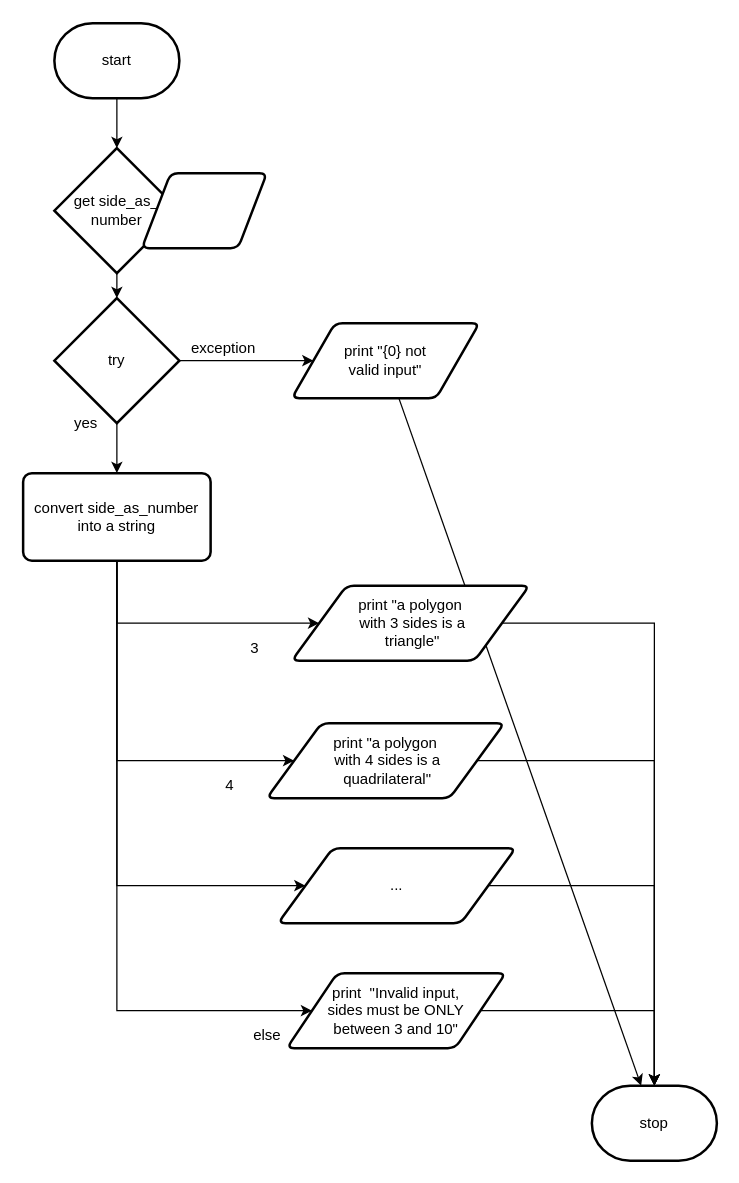
Earlier version of the draw.io diagram flowchart.drawio (venika-sem/ICS3U-Assignment4-Python). Source tidied: cells renumbered, new cells numbered last; positions are measured from the earlier drawing's top-left corner, leaving out a move shared by most shapes. Both pictures are drawn from the tidied source at 125%, with x=0, y=0 at pixel (22, 22).
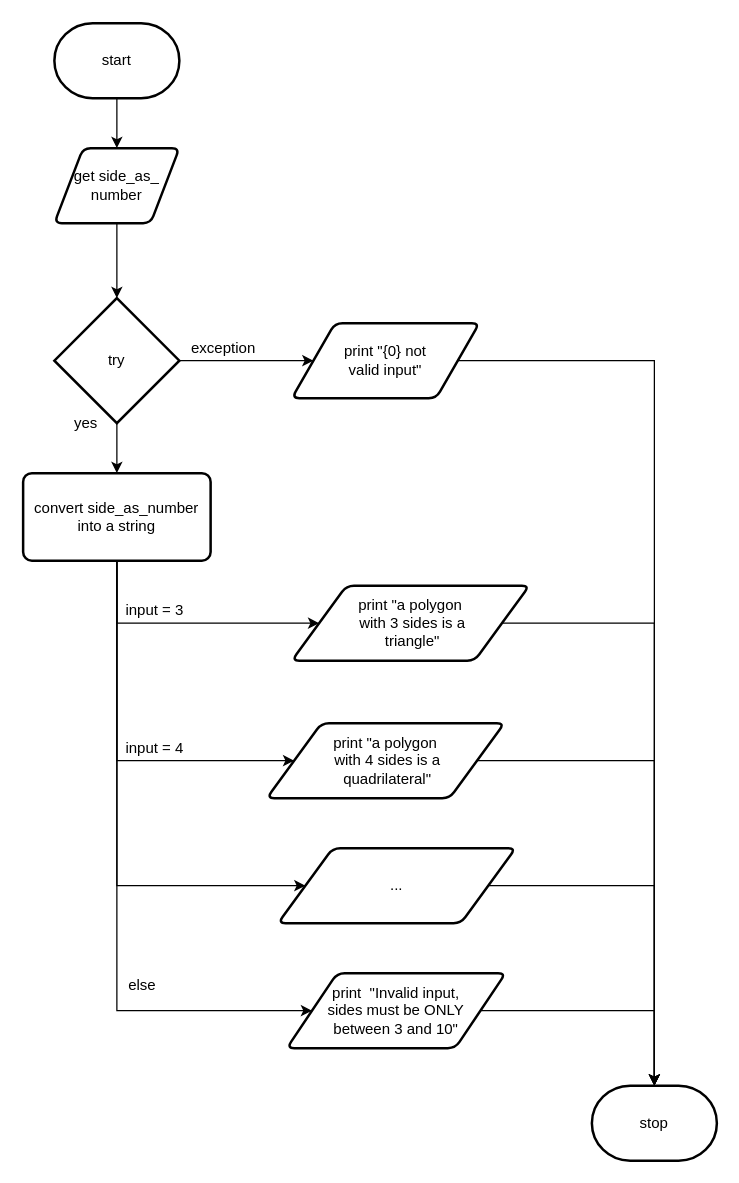
The same page after the edit.

The change refers to these unchanged cells:
```xml
<mxCell id="3" value="start" style="strokeWidth=2;html=1;shape=mxgraph.flowchart.terminator;whiteSpace=wrap;" parent="1" vertex="1">
  <mxGeometry x="25" width="100" height="60" as="geometry" />
</mxCell>
<mxCell id="13" value="try" style="strokeWidth=2;html=1;shape=mxgraph.flowchart.decision;whiteSpace=wrap;" parent="1" vertex="1">
  <mxGeometry x="25" y="220" width="100" height="100" as="geometry" />
</mxCell>
<mxCell id="15" value="print &quot;{0} not &lt;br&gt;valid input&quot;" style="shape=parallelogram;html=1;strokeWidth=2;perimeter=parallelogramPerimeter;whiteSpace=wrap;rounded=1;arcSize=12;size=0.23;" parent="1" vertex="1">
  <mxGeometry x="215" y="240" width="150" height="60" as="geometry" />
</mxCell>
<mxCell id="24" value="stop" style="strokeWidth=2;html=1;shape=mxgraph.flowchart.terminator;whiteSpace=wrap;" parent="1" vertex="1">
  <mxGeometry x="455" y="850" width="100" height="60" as="geometry" />
</mxCell>
```

Change to the diagram source:
```diff
@@
-    <mxCell id="2" style="edgeStyle=none;html=1;exitX=0.5;exitY=1;exitDx=0;exitDy=0;exitPerimeter=0;" parent="1" edge="1" source="3" target="5">
-      <mxGeometry relative="1" as="geometry" />
+    <mxCell id="2" style="edgeStyle=none;html=1;exitX=0.5;exitY=1;exitDx=0;exitDy=0;exitPerimeter=0;" parent="1" edge="1" source="3">
+      <mxGeometry relative="1" as="geometry">
+        <mxPoint x="75" y="100" as="targetPoint" />
+      </mxGeometry>
     </mxCell>
@@
-    <mxCell id="4" style="edgeStyle=none;html=1;exitX=0.5;exitY=1;exitDx=0;exitDy=0;exitPerimeter=0;" parent="1" edge="1" source="5" target="13">
+    <mxCell id="4" style="edgeStyle=none;html=1;exitX=0.5;exitY=1;exitDx=0;exitDy=0;" parent="1" edge="1" source="27" target="13">
       <mxGeometry relative="1" as="geometry" />
     </mxCell>
-    <mxCell id="5" value="get side_as_&lt;br&gt;number" style="strokeWidth=2;html=1;shape=mxgraph.flowchart.decision;whiteSpace=wrap;" parent="1" vertex="1">
-      <mxGeometry x="25" y="100" width="100" height="100" as="geometry" />
-    </mxCell>
@@
-    <mxCell id="14" style="edgeStyle=none;rounded=0;html=1;" parent="1" edge="1" source="15" target="24">
-      <mxGeometry relative="1" as="geometry" />
+    <mxCell id="14" style="edgeStyle=none;rounded=0;html=1;exitX=1;exitY=0.5;exitDx=0;exitDy=0;" parent="1" edge="1" source="15" target="24">
+      <mxGeometry relative="1" as="geometry">
+        <Array as="points">
+          <mxPoint x="505" y="270" />
+        </Array>
+      </mxGeometry>
     </mxCell>
@@
-    <mxCell id="27" style="shape=parallelogram;html=1;strokeWidth=2;perimeter=parallelogramPerimeter;whiteSpace=wrap;rounded=1;arcSize=12;size=0.23;" parent="1" vertex="1">
-      <mxGeometry x="95" y="120" width="100" height="60" as="geometry" />
+    <mxCell id="27" value="&lt;span&gt;get side_as_&lt;/span&gt;&lt;br&gt;&lt;span&gt;number&lt;/span&gt;" style="shape=parallelogram;html=1;strokeWidth=2;perimeter=parallelogramPerimeter;whiteSpace=wrap;rounded=1;arcSize=12;size=0.23;" parent="1" vertex="1">
+      <mxGeometry x="25" y="100" width="100" height="60" as="geometry" />
     </mxCell>
-    <mxCell id="28" value="3" style="text;html=1;align=center;verticalAlign=middle;strokeColor=none;fillColor=none;" parent="1" vertex="1">
-      <mxGeometry x="175" y="490" width="20" height="20" as="geometry" />
+    <mxCell id="28" value="input = 3" style="text;html=1;align=center;verticalAlign=middle;strokeColor=none;fillColor=none;" parent="1" vertex="1">
+      <mxGeometry x="75" y="460" width="60" height="20" as="geometry" />
     </mxCell>
-    <mxCell id="29" value="4" style="text;html=1;align=center;verticalAlign=middle;strokeColor=none;fillColor=none;" parent="1" vertex="1">
-      <mxGeometry x="155" y="600" width="20" height="20" as="geometry" />
+    <mxCell id="29" value="input = 4" style="text;html=1;align=center;verticalAlign=middle;strokeColor=none;fillColor=none;" parent="1" vertex="1">
+      <mxGeometry x="75" y="570" width="60" height="20" as="geometry" />
     </mxCell>
     <mxCell id="30" value="else" style="text;html=1;align=center;verticalAlign=middle;strokeColor=none;fillColor=none;" parent="1" vertex="1">
-      <mxGeometry x="175" y="800" width="40" height="20" as="geometry" />
+      <mxGeometry x="75" y="760" width="40" height="20" as="geometry" />
     </mxCell>
```
